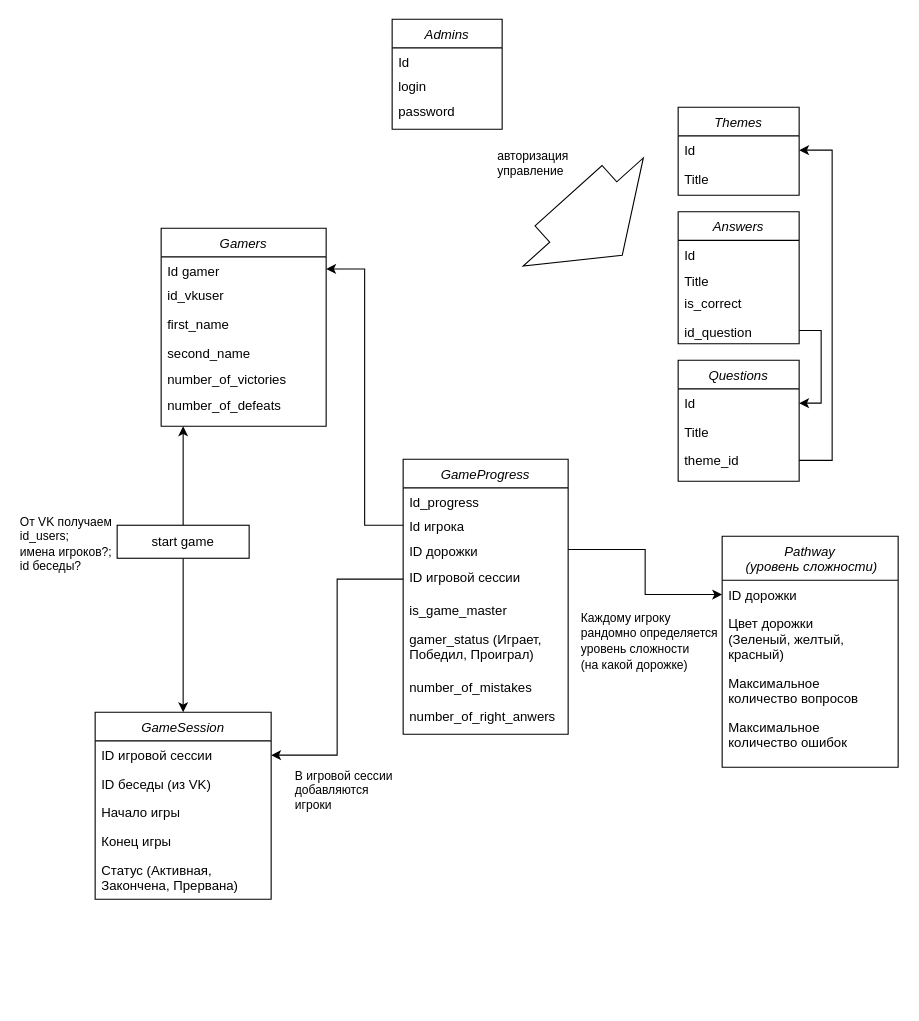
Earlier version of the draw.io diagram drawio_schemas/instances_relationship.drawio (AlexeyZolotuhin/smarties_game_bot). Source tidied: cells renumbered, new cells numbered last; positions are measured from the earlier drawing's top-left corner, leaving out a move shared by most shapes. Both pictures are drawn from the tidied source at 110%, with x=0, y=0 at pixel (95, 19).
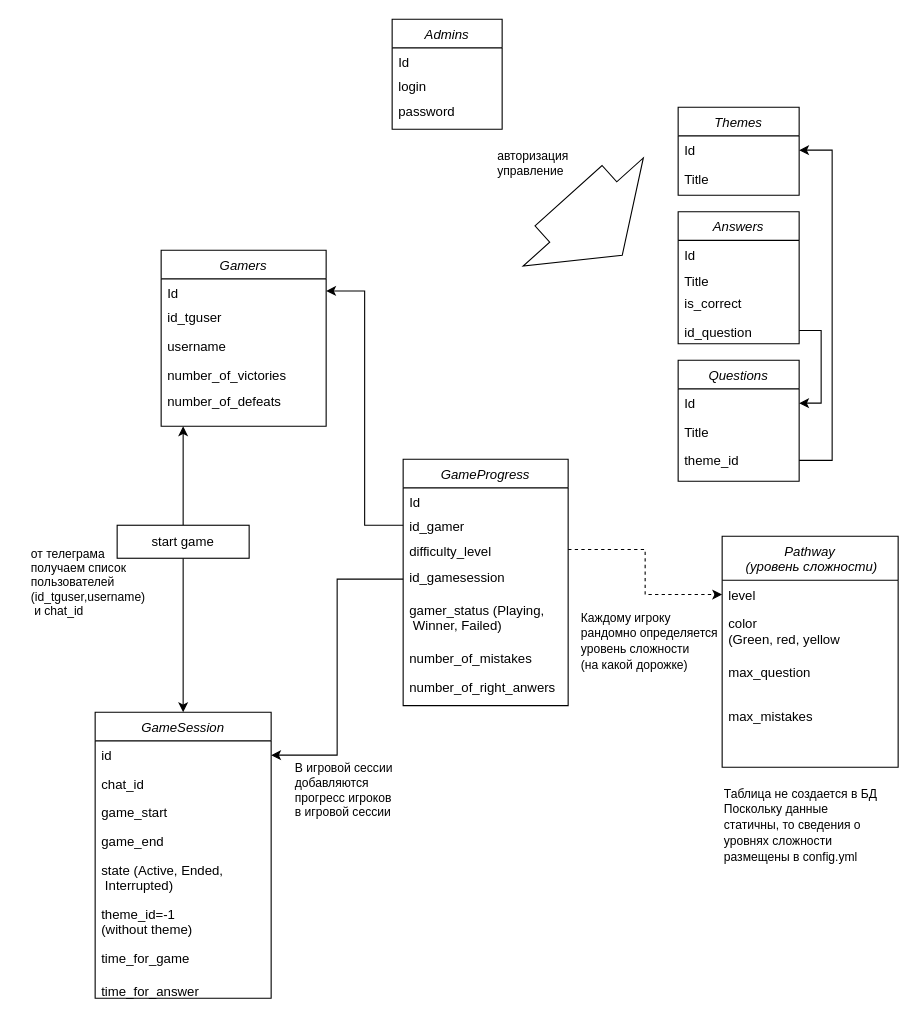
The same diagram, later.

The change refers to these unchanged cells:
```xml
<mxCell id="4" style="edgeStyle=orthogonalEdgeStyle;rounded=0;jettySize=auto;html=1;entryX=0.5;entryY=0;entryDx=0;entryDy=0;" parent="1" edge="1" source="7" target="8">
  <mxGeometry relative="1" as="geometry" />
</mxCell>
<mxCell id="23" value="Pathway&#10; (уровень сложности)" style="swimlane;fontStyle=2;align=center;verticalAlign=top;horizontal=1;startSize=40;rounded=0;shadow=0;strokeWidth=1;" parent="1" vertex="1">
  <mxGeometry x="570" y="470" width="160" height="210" as="geometry" />
</mxCell>
```

Change to the diagram source:
```diff
@@
-    <mxCell id="5" value="От VK получаем&lt;br&gt;id_users; &lt;br&gt;имена игроков?;&lt;br&gt;&lt;div style=&quot;&quot;&gt;id беседы?&lt;/div&gt;" style="edgeLabel;html=1;align=left;verticalAlign=middle;" parent="4" vertex="1">
+    <mxCell id="5" value="от телеграма&lt;br&gt;получаем список &lt;br&gt;пользователей&lt;br&gt;(id_tguser,username)&lt;br&gt;&amp;nbsp;и chat_id" style="edgeLabel;html=1;align=left;verticalAlign=middle;" parent="4" vertex="1">
       <mxGeometry x="-0.35" y="1" relative="1" as="geometry">
-        <mxPoint x="-151" y="-60" as="offset" />
+        <mxPoint x="-141" y="-25" as="offset" />
       </mxGeometry>
     </mxCell>
@@
     <mxCell id="8" value="GameSession" style="swimlane;fontStyle=2;align=center;verticalAlign=top;horizontal=1;startSize=26;rounded=0;shadow=0;strokeWidth=1;" parent="1" vertex="1">
-      <mxGeometry y="630" width="160" height="170" as="geometry" />
+      <mxGeometry y="630" width="160" height="260" as="geometry" />
     </mxCell>
-    <mxCell id="9" value="ID игровой сессии" style="text;align=left;verticalAlign=top;spacingLeft=4;spacingRight=4;overflow=hidden;points=[[0,0.5],[1,0.5]];portConstraint=eastwest;" parent="8" vertex="1">
+    <mxCell id="9" value="id" style="text;align=left;verticalAlign=top;spacingLeft=4;spacingRight=4;overflow=hidden;points=[[0,0.5],[1,0.5]];portConstraint=eastwest;" parent="8" vertex="1">
       <mxGeometry y="26" width="160" height="26" as="geometry" />
     </mxCell>
-    <mxCell id="10" value="ID беседы (из VK)" style="text;align=left;verticalAlign=top;spacingLeft=4;spacingRight=4;overflow=hidden;rounded=0;shadow=0;html=0;" parent="8" vertex="1">
+    <mxCell id="10" value="chat_id" style="text;align=left;verticalAlign=top;spacingLeft=4;spacingRight=4;overflow=hidden;rounded=0;shadow=0;html=0;" parent="8" vertex="1">
       <mxGeometry y="52" width="160" height="26" as="geometry" />
     </mxCell>
-    <mxCell id="11" value="Начало игры" style="text;align=left;verticalAlign=top;spacingLeft=4;spacingRight=4;overflow=hidden;rounded=0;shadow=0;html=0;" parent="8" vertex="1">
+    <mxCell id="11" value="game_start" style="text;align=left;verticalAlign=top;spacingLeft=4;spacingRight=4;overflow=hidden;rounded=0;shadow=0;html=0;" parent="8" vertex="1">
       <mxGeometry y="78" width="160" height="26" as="geometry" />
     </mxCell>
-    <mxCell id="12" value="Конец игры" style="text;align=left;verticalAlign=top;spacingLeft=4;spacingRight=4;overflow=hidden;" parent="8" vertex="1">
+    <mxCell id="12" value="game_end" style="text;align=left;verticalAlign=top;spacingLeft=4;spacingRight=4;overflow=hidden;" parent="8" vertex="1">
       <mxGeometry y="104" width="160" height="26" as="geometry" />
     </mxCell>
-    <mxCell id="13" value="Статус (Активная, &#10;Закончена, Прервана)" style="text;align=left;verticalAlign=top;spacingLeft=4;spacingRight=4;overflow=hidden;" parent="8" vertex="1">
+    <mxCell id="13" value="state (Active, Ended,&#10; Interrupted)" style="text;align=left;verticalAlign=top;spacingLeft=4;spacingRight=4;overflow=hidden;" parent="8" vertex="1">
       <mxGeometry y="130" width="160" height="40" as="geometry" />
     </mxCell>
+    <mxCell id="58" value="theme_id=-1 &#10;(without theme)" style="text;align=left;verticalAlign=top;spacingLeft=4;spacingRight=4;overflow=hidden;" parent="8" vertex="1">
+      <mxGeometry y="170" width="160" height="40" as="geometry" />
+    </mxCell>
+    <mxCell id="59" value="time_for_game" style="text;align=left;verticalAlign=top;spacingLeft=4;spacingRight=4;overflow=hidden;" parent="8" vertex="1">
+      <mxGeometry y="210" width="160" height="30" as="geometry" />
+    </mxCell>
+    <mxCell id="60" value="time_for_answer" style="text;align=left;verticalAlign=top;spacingLeft=4;spacingRight=4;overflow=hidden;" parent="8" vertex="1">
+      <mxGeometry y="240" width="160" height="20" as="geometry" />
+    </mxCell>
     <mxCell id="14" value="GameProgress" style="swimlane;fontStyle=2;align=center;verticalAlign=top;horizontal=1;startSize=26;rounded=0;shadow=0;strokeWidth=1;" parent="1" vertex="1">
-      <mxGeometry x="280" y="400" width="150" height="250" as="geometry" />
+      <mxGeometry x="280" y="400" width="150" height="224" as="geometry" />
     </mxCell>
-    <mxCell id="15" value="Id_progress" style="text;align=left;verticalAlign=top;spacingLeft=4;spacingRight=4;overflow=hidden;" parent="14" vertex="1">
+    <mxCell id="15" value="Id&#10;" style="text;align=left;verticalAlign=top;spacingLeft=4;spacingRight=4;overflow=hidden;" parent="14" vertex="1">
       <mxGeometry y="26" width="150" height="22" as="geometry" />
     </mxCell>
-    <mxCell id="16" value="Id игрока" style="text;align=left;verticalAlign=top;spacingLeft=4;spacingRight=4;overflow=hidden;points=[[0,0.5],[1,0.5]];portConstraint=eastwest;" parent="14" vertex="1">
+    <mxCell id="16" value="id_gamer" style="text;align=left;verticalAlign=top;spacingLeft=4;spacingRight=4;overflow=hidden;points=[[0,0.5],[1,0.5]];portConstraint=eastwest;" parent="14" vertex="1">
       <mxGeometry y="48" width="150" height="22" as="geometry" />
     </mxCell>
-    <mxCell id="17" value="ID дорожки" style="text;align=left;verticalAlign=top;spacingLeft=4;spacingRight=4;overflow=hidden;points=[[0,0.5],[1,0.5]];portConstraint=eastwest;" parent="14" vertex="1">
+    <mxCell id="17" value="difficulty_level" style="text;align=left;verticalAlign=top;spacingLeft=4;spacingRight=4;overflow=hidden;points=[[0,0.5],[1,0.5]];portConstraint=eastwest;" parent="14" vertex="1">
       <mxGeometry y="70" width="150" height="24" as="geometry" />
     </mxCell>
-    <mxCell id="18" value="ID игровой сессии" style="text;align=left;verticalAlign=top;spacingLeft=4;spacingRight=4;overflow=hidden;points=[[0,0.5],[1,0.5]];portConstraint=eastwest;" parent="14" vertex="1">
+    <mxCell id="18" value="id_gamesession" style="text;align=left;verticalAlign=top;spacingLeft=4;spacingRight=4;overflow=hidden;points=[[0,0.5],[1,0.5]];portConstraint=eastwest;" parent="14" vertex="1">
       <mxGeometry y="94" width="150" height="30" as="geometry" />
     </mxCell>
-    <mxCell id="19" value="is_game_master" style="text;align=left;verticalAlign=top;spacingLeft=4;spacingRight=4;overflow=hidden;" parent="14" vertex="1">
-      <mxGeometry y="124" width="150" height="26" as="geometry" />
-    </mxCell>
-    <mxCell id="20" value="gamer_status (Играет, &#10;Победил, Проиграл)" style="text;align=left;verticalAlign=top;spacingLeft=4;spacingRight=4;overflow=hidden;" parent="14" vertex="1">
-      <mxGeometry y="150" width="150" height="44" as="geometry" />
+    <mxCell id="20" value="gamer_status (Playing,&#10; Winner, Failed)" style="text;align=left;verticalAlign=top;spacingLeft=4;spacingRight=4;overflow=hidden;" parent="14" vertex="1">
+      <mxGeometry y="124" width="150" height="44" as="geometry" />
     </mxCell>
     <mxCell id="21" value="number_of_mistakes" style="text;align=left;verticalAlign=top;spacingLeft=4;spacingRight=4;overflow=hidden;" parent="14" vertex="1">
-      <mxGeometry y="194" width="150" height="26" as="geometry" />
+      <mxGeometry y="168" width="150" height="26" as="geometry" />
     </mxCell>
     <mxCell id="22" value="number_of_right_anwers" style="text;align=left;verticalAlign=top;spacingLeft=4;spacingRight=4;overflow=hidden;rounded=0;shadow=0;html=0;" parent="14" vertex="1">
-      <mxGeometry y="220" width="150" height="30" as="geometry" />
+      <mxGeometry y="194" width="150" height="30" as="geometry" />
     </mxCell>
@@
-    <mxCell id="24" value="ID дорожки" style="text;align=left;verticalAlign=top;spacingLeft=4;spacingRight=4;overflow=hidden;points=[[0,0.5],[1,0.5]];portConstraint=eastwest;" parent="23" vertex="1">
+    <mxCell id="24" value="level" style="text;align=left;verticalAlign=top;spacingLeft=4;spacingRight=4;overflow=hidden;points=[[0,0.5],[1,0.5]];portConstraint=eastwest;" parent="23" vertex="1">
       <mxGeometry y="40" width="160" height="26" as="geometry" />
     </mxCell>
-    <mxCell id="25" value="Цвет дорожки&#10;(Зеленый, желтый, &#10;красный)" style="text;align=left;verticalAlign=top;spacingLeft=4;spacingRight=4;overflow=hidden;" parent="23" vertex="1">
-      <mxGeometry y="66" width="160" height="54" as="geometry" />
+    <mxCell id="25" value="color&#10;(Green, red, yellow" style="text;align=left;verticalAlign=top;spacingLeft=4;spacingRight=4;overflow=hidden;" parent="23" vertex="1">
+      <mxGeometry y="66" width="160" height="44" as="geometry" />
     </mxCell>
-    <mxCell id="26" value="Максимальное&#10;количество вопросов" style="text;align=left;verticalAlign=top;spacingLeft=4;spacingRight=4;overflow=hidden;" parent="23" vertex="1">
-      <mxGeometry y="120" width="160" height="40" as="geometry" />
+    <mxCell id="26" value="max_question" style="text;align=left;verticalAlign=top;spacingLeft=4;spacingRight=4;overflow=hidden;" parent="23" vertex="1">
+      <mxGeometry y="110" width="160" height="40" as="geometry" />
     </mxCell>
-    <mxCell id="27" value="Максимальное&#10;количество ошибок" style="text;align=left;verticalAlign=top;spacingLeft=4;spacingRight=4;overflow=hidden;" parent="23" vertex="1">
-      <mxGeometry y="160" width="160" height="50" as="geometry" />
+    <mxCell id="27" value="max_mistakes" style="text;align=left;verticalAlign=top;spacingLeft=4;spacingRight=4;overflow=hidden;" parent="23" vertex="1">
+      <mxGeometry y="150" width="160" height="40" as="geometry" />
     </mxCell>
@@
-    <mxCell id="41" style="edgeStyle=orthogonalEdgeStyle;rounded=0;jettySize=auto;html=1;exitX=1;exitY=0.5;exitDx=0;exitDy=0;entryX=0;entryY=0.5;entryDx=0;entryDy=0;" parent="1" edge="1" source="17" target="24">
+    <mxCell id="41" style="edgeStyle=orthogonalEdgeStyle;rounded=0;jettySize=auto;html=1;exitX=1;exitY=0.5;exitDx=0;exitDy=0;entryX=0;entryY=0.5;entryDx=0;entryDy=0;dashed=1;" parent="1" edge="1" source="17" target="24">
       <mxGeometry relative="1" as="geometry" />
     </mxCell>
-    <mxCell id="42" value="В игровой сессии &lt;br&gt;добавляются &lt;br&gt;игроки&amp;nbsp;" style="edgeLabel;html=1;align=left;verticalAlign=middle;" parent="1" vertex="1">
+    <mxCell id="42" value="В игровой сессии &lt;br&gt;добавляются &lt;br&gt;прогресс игроков&lt;br&gt;в игровой сессии&amp;nbsp;" style="edgeLabel;html=1;align=left;verticalAlign=middle;" parent="1" vertex="1">
       <mxGeometry x="180" y="700" as="geometry" />
     </mxCell>
@@
     <mxCell id="50" value="Gamers" style="swimlane;fontStyle=2;align=center;verticalAlign=top;horizontal=1;startSize=26;rounded=0;shadow=0;strokeWidth=1;" parent="1" vertex="1">
-      <mxGeometry x="60" y="190" width="150" height="180" as="geometry" />
+      <mxGeometry x="60" y="210" width="150" height="160" as="geometry" />
     </mxCell>
-    <mxCell id="51" value="Id gamer" style="text;align=left;verticalAlign=top;spacingLeft=4;spacingRight=4;overflow=hidden;points=[[0,0.5],[1,0.5]];portConstraint=eastwest;" parent="50" vertex="1">
+    <mxCell id="51" value="Id" style="text;align=left;verticalAlign=top;spacingLeft=4;spacingRight=4;overflow=hidden;points=[[0,0.5],[1,0.5]];portConstraint=eastwest;" parent="50" vertex="1">
       <mxGeometry y="26" width="150" height="22" as="geometry" />
     </mxCell>
-    <mxCell id="52" value="id_vkuser" style="text;align=left;verticalAlign=top;spacingLeft=4;spacingRight=4;overflow=hidden;rounded=0;shadow=0;html=0;" parent="50" vertex="1">
+    <mxCell id="52" value="id_tguser" style="text;align=left;verticalAlign=top;spacingLeft=4;spacingRight=4;overflow=hidden;rounded=0;shadow=0;html=0;" parent="50" vertex="1">
       <mxGeometry y="48" width="150" height="26" as="geometry" />
     </mxCell>
-    <mxCell id="53" value="first_name" style="text;align=left;verticalAlign=top;spacingLeft=4;spacingRight=4;overflow=hidden;rounded=0;shadow=0;html=0;" parent="50" vertex="1">
+    <mxCell id="53" value="username" style="text;align=left;verticalAlign=top;spacingLeft=4;spacingRight=4;overflow=hidden;rounded=0;shadow=0;html=0;" parent="50" vertex="1">
       <mxGeometry y="74" width="150" height="26" as="geometry" />
     </mxCell>
-    <mxCell id="54" value="second_name" style="text;align=left;verticalAlign=top;spacingLeft=4;spacingRight=4;overflow=hidden;" parent="50" vertex="1">
-      <mxGeometry y="100" width="150" height="24" as="geometry" />
-    </mxCell>
     <mxCell id="55" value="number_of_victories" style="text;align=left;verticalAlign=top;spacingLeft=4;spacingRight=4;overflow=hidden;" parent="50" vertex="1">
-      <mxGeometry y="124" width="150" height="24" as="geometry" />
+      <mxGeometry y="100" width="150" height="24" as="geometry" />
     </mxCell>
     <mxCell id="56" value="number_of_defeats" style="text;align=left;verticalAlign=top;spacingLeft=4;spacingRight=4;overflow=hidden;" parent="50" vertex="1">
-      <mxGeometry y="148" width="150" height="24" as="geometry" />
+      <mxGeometry y="124" width="150" height="24" as="geometry" />
     </mxCell>
-    <mxCell id="57" style="edgeStyle=orthogonalEdgeStyle;rounded=0;jettySize=auto;html=1;" parent="1" edge="1" source="16" target="51">
+    <mxCell id="57" style="edgeStyle=orthogonalEdgeStyle;rounded=0;jettySize=auto;html=1;entryX=1;entryY=0.5;entryDx=0;entryDy=0;" parent="1" edge="1" source="16" target="51">
       <mxGeometry relative="1" as="geometry">
         <Array as="points">
           <mxPoint x="245" y="460" />
-          <mxPoint x="245" y="227" />
+          <mxPoint x="245" y="247" />
         </Array>
       </mxGeometry>
     </mxCell>
+    <mxCell id="61" value="&lt;span style=&quot;color: rgb(0, 0, 0); font-family: Helvetica; font-size: 11px; font-style: normal; font-variant-ligatures: normal; font-variant-caps: normal; font-weight: 400; letter-spacing: normal; orphans: 2; text-align: left; text-indent: 0px; text-transform: none; widows: 2; word-spacing: 0px; -webkit-text-stroke-width: 0px; background-color: rgb(255, 255, 255); text-decoration-thickness: initial; text-decoration-style: initial; text-decoration-color: initial; float: none; display: inline !important;&quot;&gt;Таблица не создается в БД&lt;br&gt;Поскольку данные статичны, то сведения о уровнях сложности размещены в config.yml&lt;br&gt;&lt;/span&gt;" style="text;whiteSpace=wrap;html=1;" parent="1" vertex="1">
+      <mxGeometry x="570" y="690" width="145" height="70" as="geometry" />
+    </mxCell>
```
